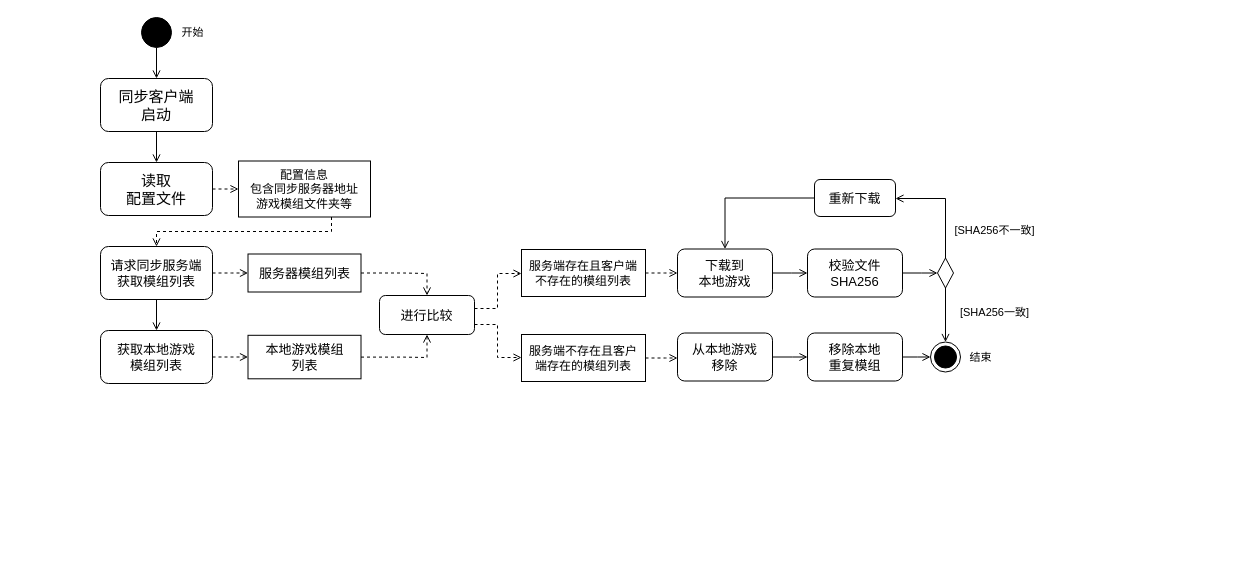
The draw.io diagram page "同步流程活动图" (1 of 2) of docs/diagram/同步运行活动图.dio in swsk33/mc-server-sync, before the edit. Source tidied: cells renumbered, new cells numbered last; positions are measured from the earlier drawing's top-left corner, leaving out a move shared by most shapes. Both pictures are drawn from the tidied source at 100%, with x=0, y=0 at pixel (100, 17).
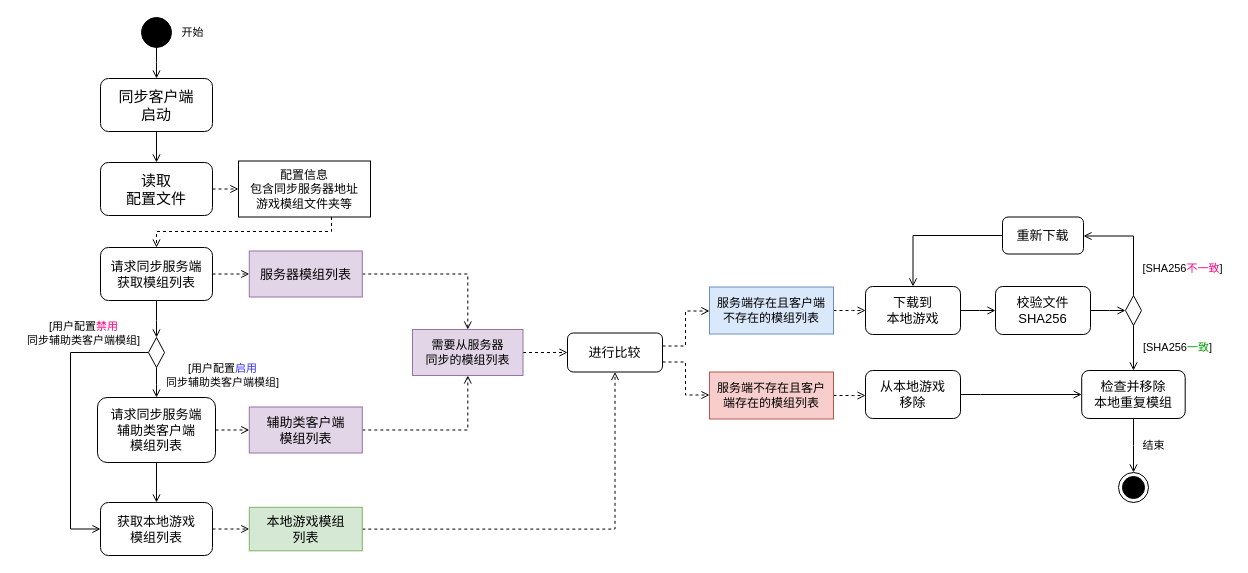
The same diagram, later.

Unchanged cells that the change refers to:
```xml
<mxCell id="3" style="ellipse;fillColor=strokeColor;html=1;" parent="1" vertex="1">
  <mxGeometry x="41" width="30" height="30" as="geometry" />
</mxCell>
<mxCell id="5" value="同步客户端&lt;div&gt;启动&lt;/div&gt;" style="rounded=1;whiteSpace=wrap;html=1;fontSize=15;" parent="1" vertex="1">
  <mxGeometry y="61" width="112" height="53" as="geometry" />
</mxCell>
```

The edit, as a diff of the source:
```diff
@@
     <mxCell id="2" style="edgeStyle=orthogonalEdgeStyle;rounded=0;jettySize=auto;html=1;endArrow=open;endFill=0;" parent="1" edge="1" source="3" target="5">
-      <mxGeometry relative="1" as="geometry" />
+      <mxGeometry relative="1" as="geometry">
+        <Array as="points">
+          <mxPoint x="56" y="45" />
+          <mxPoint x="56" y="45" />
+        </Array>
+      </mxGeometry>
     </mxCell>
@@
-    <mxCell id="11" style="edgeStyle=orthogonalEdgeStyle;shape=connector;rounded=0;jettySize=auto;html=1;strokeColor=default;align=center;verticalAlign=middle;fontFamily=Helvetica;fontSize=11;fontColor=default;labelBackgroundColor=default;endArrow=open;endFill=0;" parent="1" edge="1" source="12" target="16">
-      <mxGeometry relative="1" as="geometry" />
-    </mxCell>
+    <mxCell id="44" style="edgeStyle=orthogonalEdgeStyle;shape=connector;rounded=0;jettySize=auto;html=1;strokeColor=default;align=center;verticalAlign=middle;fontFamily=Helvetica;fontSize=11;fontColor=default;labelBackgroundColor=default;endArrow=open;endFill=0;" parent="1" edge="1" source="12" target="48">
+      <mxGeometry relative="1" as="geometry">
+        <Array as="points">
+          <mxPoint x="56" y="303" />
+          <mxPoint x="56" y="303" />
+        </Array>
+      </mxGeometry>
+    </mxCell>
     <mxCell id="12" value="请求同步服务端&lt;div&gt;获取模组列表&lt;/div&gt;" style="rounded=1;whiteSpace=wrap;html=1;fontSize=13;" parent="1" vertex="1">
-      <mxGeometry y="229" width="112" height="53" as="geometry" />
+      <mxGeometry y="230" width="112" height="53" as="geometry" />
     </mxCell>
-    <mxCell id="13" style="edgeStyle=orthogonalEdgeStyle;shape=connector;rounded=0;jettySize=auto;html=1;strokeColor=default;align=center;verticalAlign=middle;fontFamily=Helvetica;fontSize=11;fontColor=default;labelBackgroundColor=default;endArrow=open;endFill=0;dashed=1;" parent="1" edge="1" source="14" target="21">
-      <mxGeometry relative="1" as="geometry">
-        <Array as="points">
-          <mxPoint x="303" y="256" />
-          <mxPoint x="372" y="256" />
-        </Array>
-      </mxGeometry>
-    </mxCell>
+    <mxCell id="45" style="edgeStyle=orthogonalEdgeStyle;shape=connector;rounded=0;jettySize=auto;html=1;strokeColor=default;align=center;verticalAlign=middle;fontFamily=Helvetica;fontSize=11;fontColor=default;labelBackgroundColor=default;endArrow=open;endFill=0;dashed=1;" parent="1" edge="1" source="14" target="57">
+      <mxGeometry relative="1" as="geometry" />
+    </mxCell>
-    <mxCell id="14" value="&lt;span&gt;服务器模组列表&lt;/span&gt;" style="rounded=0;whiteSpace=wrap;html=1;fontFamily=Helvetica;fontSize=13;fontColor=default;labelBackgroundColor=default;spacingLeft=5;spacingRight=5;" parent="1" vertex="1">
-      <mxGeometry x="147.5" y="236.5" width="113" height="38" as="geometry" />
+    <mxCell id="14" value="&lt;span&gt;服务器模组列表&lt;/span&gt;" style="rounded=0;whiteSpace=wrap;html=1;fontFamily=Helvetica;fontSize=13;labelBackgroundColor=none;spacingLeft=5;spacingRight=5;fillColor=#e1d5e7;strokeColor=#9673a6;" parent="1" vertex="1">
+      <mxGeometry x="148.8" y="233.5" width="113" height="46" as="geometry" />
     </mxCell>
     <mxCell id="15" style="edgeStyle=orthogonalEdgeStyle;shape=connector;rounded=0;jettySize=auto;html=1;strokeColor=default;align=center;verticalAlign=middle;fontFamily=Helvetica;fontSize=11;fontColor=default;labelBackgroundColor=default;endArrow=open;endFill=0;dashed=1;" parent="1" edge="1" source="16" target="18">
       <mxGeometry relative="1" as="geometry">
         <Array as="points">
-          <mxPoint x="130" y="340" />
-          <mxPoint x="130" y="340" />
+          <mxPoint x="131.2" y="512" />
+          <mxPoint x="131.2" y="512" />
         </Array>
       </mxGeometry>
     </mxCell>
     <mxCell id="16" value="获取本地游戏&lt;div&gt;模组列表&lt;/div&gt;" style="rounded=1;whiteSpace=wrap;html=1;fontSize=13;" parent="1" vertex="1">
-      <mxGeometry y="313" width="112" height="53" as="geometry" />
+      <mxGeometry y="485" width="112" height="53" as="geometry" />
     </mxCell>
     <mxCell id="17" style="edgeStyle=orthogonalEdgeStyle;shape=connector;rounded=0;jettySize=auto;html=1;strokeColor=default;align=center;verticalAlign=middle;fontFamily=Helvetica;fontSize=11;fontColor=default;labelBackgroundColor=default;endArrow=open;endFill=0;dashed=1;" parent="1" edge="1" source="18" target="21">
-      <mxGeometry relative="1" as="geometry">
-        <Array as="points">
-          <mxPoint x="303" y="340" />
-          <mxPoint x="372" y="340" />
-        </Array>
-      </mxGeometry>
+      <mxGeometry relative="1" as="geometry" />
     </mxCell>
-    <mxCell id="18" value="&lt;span&gt;本地游戏模组&lt;/span&gt;&lt;div&gt;&lt;span&gt;列表&lt;/span&gt;&lt;/div&gt;" style="rounded=0;whiteSpace=wrap;html=1;fontFamily=Helvetica;fontSize=13;fontColor=default;labelBackgroundColor=default;spacingLeft=5;spacingRight=5;" parent="1" vertex="1">
-      <mxGeometry x="147.5" y="317.8" width="113" height="43.5" as="geometry" />
+    <mxCell id="18" value="&lt;span&gt;本地游戏模组&lt;/span&gt;&lt;div&gt;&lt;span&gt;列表&lt;/span&gt;&lt;/div&gt;" style="rounded=0;whiteSpace=wrap;html=1;fontFamily=Helvetica;fontSize=13;labelBackgroundColor=none;spacingLeft=5;spacingRight=5;fillColor=#d5e8d4;strokeColor=#82b366;" parent="1" vertex="1">
+      <mxGeometry x="148.8" y="489.8" width="113" height="43.5" as="geometry" />
     </mxCell>
     <mxCell id="19" style="edgeStyle=orthogonalEdgeStyle;shape=connector;rounded=0;jettySize=auto;html=1;strokeColor=default;align=center;verticalAlign=middle;fontFamily=Helvetica;fontSize=11;fontColor=default;labelBackgroundColor=default;endArrow=open;endFill=0;dashed=1;" parent="1" edge="1" source="21" target="23">
       <mxGeometry relative="1" as="geometry">
         <Array as="points">
-          <mxPoint x="397" y="291" />
-          <mxPoint x="397" y="256" />
+          <mxPoint x="585" y="328.5" />
+          <mxPoint x="585" y="293.5" />
         </Array>
       </mxGeometry>
     </mxCell>
     <mxCell id="20" style="edgeStyle=orthogonalEdgeStyle;shape=connector;rounded=0;jettySize=auto;html=1;strokeColor=default;align=center;verticalAlign=middle;fontFamily=Helvetica;fontSize=11;fontColor=default;labelBackgroundColor=default;endArrow=open;endFill=0;dashed=1;" parent="1" edge="1" source="21" target="25">
       <mxGeometry relative="1" as="geometry">
         <Array as="points">
-          <mxPoint x="397" y="307" />
-          <mxPoint x="397" y="340" />
+          <mxPoint x="585" y="344.5" />
+          <mxPoint x="585" y="377.5" />
         </Array>
       </mxGeometry>
     </mxCell>
     <mxCell id="21" value="进行比较" style="rounded=1;whiteSpace=wrap;html=1;fontSize=13;" parent="1" vertex="1">
-      <mxGeometry x="279" y="278" width="95" height="39" as="geometry" />
+      <mxGeometry x="467" y="315.5" width="95" height="39" as="geometry" />
     </mxCell>
     <mxCell id="22" style="edgeStyle=orthogonalEdgeStyle;shape=connector;rounded=0;jettySize=auto;html=1;strokeColor=default;align=center;verticalAlign=middle;fontFamily=Helvetica;fontSize=11;fontColor=default;labelBackgroundColor=default;endArrow=open;endFill=0;dashed=1;" parent="1" edge="1" source="23" target="27">
       <mxGeometry relative="1" as="geometry">
         <Array as="points">
-          <mxPoint x="564" y="256" />
-          <mxPoint x="564" y="256" />
+          <mxPoint x="752" y="293.5" />
+          <mxPoint x="752" y="293.5" />
         </Array>
       </mxGeometry>
     </mxCell>
-    <mxCell id="23" value="&lt;span style=&quot;font-size: 12px;&quot;&gt;服务端存在且客户端不存在的模组列表&lt;/span&gt;" style="rounded=0;whiteSpace=wrap;html=1;fontFamily=Helvetica;fontSize=11;fontColor=default;labelBackgroundColor=default;spacingLeft=5;spacingRight=5;" parent="1" vertex="1">
-      <mxGeometry x="421" y="232" width="124" height="47" as="geometry" />
+    <mxCell id="23" value="&lt;span style=&quot;font-size: 12px;&quot;&gt;服务端存在且客户端不存在的模组列表&lt;/span&gt;" style="rounded=0;whiteSpace=wrap;html=1;fontFamily=Helvetica;fontSize=11;labelBackgroundColor=none;spacingLeft=5;spacingRight=5;fillColor=#dae8fc;strokeColor=#6c8ebf;" parent="1" vertex="1">
+      <mxGeometry x="609" y="269.5" width="124" height="47" as="geometry" />
     </mxCell>
     <mxCell id="24" style="edgeStyle=orthogonalEdgeStyle;shape=connector;rounded=0;jettySize=auto;html=1;strokeColor=default;align=center;verticalAlign=middle;fontFamily=Helvetica;fontSize=11;fontColor=default;labelBackgroundColor=default;endArrow=open;endFill=0;dashed=1;" parent="1" edge="1" source="25" target="29">
       <mxGeometry relative="1" as="geometry">
         <Array as="points">
-          <mxPoint x="565" y="341" />
-          <mxPoint x="565" y="341" />
+          <mxPoint x="753" y="378.5" />
+          <mxPoint x="753" y="378.5" />
         </Array>
       </mxGeometry>
     </mxCell>
-    <mxCell id="25" value="&lt;span style=&quot;font-size: 12px;&quot;&gt;服务端不存在且客户端存在的模组列表&lt;/span&gt;" style="rounded=0;whiteSpace=wrap;html=1;fontFamily=Helvetica;fontSize=11;fontColor=default;labelBackgroundColor=default;spacingLeft=5;spacingRight=5;" parent="1" vertex="1">
-      <mxGeometry x="421" y="317" width="124" height="47" as="geometry" />
+    <mxCell id="25" value="&lt;span style=&quot;font-size: 12px;&quot;&gt;服务端不存在且客户端存在的模组列表&lt;/span&gt;" style="rounded=0;whiteSpace=wrap;html=1;fontFamily=Helvetica;fontSize=11;labelBackgroundColor=none;spacingLeft=5;spacingRight=5;fillColor=#f8cecc;strokeColor=#b85450;" parent="1" vertex="1">
+      <mxGeometry x="609" y="354.5" width="124" height="47" as="geometry" />
     </mxCell>
     <mxCell id="26" style="edgeStyle=orthogonalEdgeStyle;shape=connector;rounded=0;jettySize=auto;html=1;strokeColor=default;align=center;verticalAlign=middle;fontFamily=Helvetica;fontSize=11;fontColor=default;labelBackgroundColor=default;endArrow=open;endFill=0;" parent="1" edge="1" source="27" target="37">
       <mxGeometry relative="1" as="geometry">
         <Array as="points">
-          <mxPoint x="691" y="256" />
-          <mxPoint x="691" y="256" />
+          <mxPoint x="879" y="293.5" />
+          <mxPoint x="879" y="293.5" />
         </Array>
       </mxGeometry>
     </mxCell>
     <mxCell id="27" value="下载到&lt;div&gt;本地游戏&lt;/div&gt;" style="rounded=1;whiteSpace=wrap;html=1;fontSize=13;" parent="1" vertex="1">
-      <mxGeometry x="577" y="231.5" width="95" height="48" as="geometry" />
+      <mxGeometry x="765" y="269" width="95" height="48" as="geometry" />
     </mxCell>
     <mxCell id="28" style="edgeStyle=orthogonalEdgeStyle;shape=connector;rounded=0;jettySize=auto;html=1;strokeColor=default;align=center;verticalAlign=middle;fontFamily=Helvetica;fontSize=11;fontColor=default;labelBackgroundColor=default;endArrow=open;endFill=0;" parent="1" edge="1" source="29" target="43">
       <mxGeometry relative="1" as="geometry">
         <Array as="points">
-          <mxPoint x="692" y="340" />
-          <mxPoint x="692" y="340" />
+          <mxPoint x="880" y="377.5" />
+          <mxPoint x="880" y="377.5" />
         </Array>
       </mxGeometry>
     </mxCell>
     <mxCell id="29" value="&lt;div&gt;从本地游戏&lt;/div&gt;&lt;div&gt;移除&lt;/div&gt;" style="rounded=1;whiteSpace=wrap;html=1;fontSize=13;" parent="1" vertex="1">
-      <mxGeometry x="577" y="315.5" width="95" height="48" as="geometry" />
+      <mxGeometry x="765" y="353" width="95" height="48" as="geometry" />
     </mxCell>
     <mxCell id="30" style="ellipse;html=1;shape=endState;fillColor=strokeColor;fontFamily=Helvetica;fontSize=11;fontColor=default;labelBackgroundColor=default;" parent="1" vertex="1">
-      <mxGeometry x="830" y="324.5" width="30" height="30" as="geometry" />
+      <mxGeometry x="1018" y="455" width="30" height="30" as="geometry" />
     </mxCell>
     <mxCell id="31" value="结束" style="text;html=1;align=center;verticalAlign=middle;strokeColor=none;fillColor=none;fontFamily=Helvetica;fontSize=11;fontColor=default;labelBackgroundColor=default;" parent="1" vertex="1">
-      <mxGeometry x="860" y="327" width="40" height="25" as="geometry" />
+      <mxGeometry x="1033" y="415" width="40" height="25" as="geometry" />
     </mxCell>
@@
-    <mxCell id="33" style="edgeStyle=orthogonalEdgeStyle;shape=connector;rounded=0;jettySize=auto;html=1;entryX=0.5;entryY=0;entryDx=0;entryDy=0;strokeColor=default;align=center;verticalAlign=middle;fontFamily=Helvetica;fontSize=11;fontColor=default;labelBackgroundColor=default;endArrow=open;endFill=0;" parent="1" edge="1" source="35" target="30">
-      <mxGeometry relative="1" as="geometry" />
+    <mxCell id="33" style="edgeStyle=orthogonalEdgeStyle;shape=connector;rounded=0;jettySize=auto;html=1;strokeColor=default;align=center;verticalAlign=middle;fontFamily=Helvetica;fontSize=11;fontColor=default;labelBackgroundColor=default;endArrow=open;endFill=0;" parent="1" edge="1" source="35" target="43">
+      <mxGeometry relative="1" as="geometry">
+        <Array as="points">
+          <mxPoint x="1033" y="358" />
+          <mxPoint x="1033" y="358" />
+        </Array>
+      </mxGeometry>
     </mxCell>
     <mxCell id="34" style="edgeStyle=orthogonalEdgeStyle;shape=connector;rounded=0;jettySize=auto;html=1;strokeColor=default;align=center;verticalAlign=middle;fontFamily=Helvetica;fontSize=11;fontColor=default;labelBackgroundColor=default;endArrow=open;endFill=0;" parent="1" edge="1" source="35" target="40">
       <mxGeometry relative="1" as="geometry">
         <Array as="points">
-          <mxPoint x="845" y="181" />
+          <mxPoint x="1033" y="218.5" />
         </Array>
       </mxGeometry>
     </mxCell>
     <mxCell id="35" style="rhombus;fontFamily=Helvetica;fontSize=11;fontColor=default;labelBackgroundColor=default;" parent="1" vertex="1">
-      <mxGeometry x="837" y="240.5" width="16" height="30" as="geometry" />
+      <mxGeometry x="1025" y="278" width="16" height="30" as="geometry" />
     </mxCell>
     <mxCell id="36" style="edgeStyle=orthogonalEdgeStyle;shape=connector;rounded=0;jettySize=auto;html=1;strokeColor=default;align=center;verticalAlign=middle;fontFamily=Helvetica;fontSize=11;fontColor=default;labelBackgroundColor=default;endArrow=open;endFill=0;" parent="1" edge="1" source="37" target="35">
       <mxGeometry relative="1" as="geometry">
         <Array as="points">
-          <mxPoint x="821" y="256" />
-          <mxPoint x="821" y="256" />
+          <mxPoint x="1009" y="293.5" />
+          <mxPoint x="1009" y="293.5" />
         </Array>
       </mxGeometry>
     </mxCell>
     <mxCell id="37" value="校验文件&lt;div&gt;SHA256&lt;/div&gt;" style="rounded=1;whiteSpace=wrap;html=1;fontSize=13;" parent="1" vertex="1">
-      <mxGeometry x="707" y="231.5" width="95" height="48" as="geometry" />
+      <mxGeometry x="895" y="269" width="95" height="48" as="geometry" />
     </mxCell>
-    <mxCell id="38" value="[SHA256一致]" style="text;html=1;align=center;verticalAlign=middle;strokeColor=none;fillColor=none;fontFamily=Helvetica;fontSize=11;fontColor=default;labelBackgroundColor=default;" parent="1" vertex="1">
-      <mxGeometry x="850.5" y="282" width="87" height="25" as="geometry" />
+    <mxCell id="38" value="[SHA256&lt;font style=&quot;color: rgb(0, 153, 0);&quot;&gt;一致&lt;/font&gt;]" style="text;html=1;align=center;verticalAlign=middle;strokeColor=none;fillColor=none;fontFamily=Helvetica;fontSize=11;fontColor=default;labelBackgroundColor=default;" parent="1" vertex="1">
+      <mxGeometry x="1033" y="317" width="87" height="25" as="geometry" />
     </mxCell>
@@
     <mxCell id="40" value="重新下载" style="rounded=1;whiteSpace=wrap;html=1;fontSize=13;" parent="1" vertex="1">
-      <mxGeometry x="714" y="162" width="81" height="37" as="geometry" />
+      <mxGeometry x="902" y="199.5" width="81" height="37" as="geometry" />
     </mxCell>
-    <mxCell id="41" value="[SHA256不一致]" style="text;html=1;align=center;verticalAlign=middle;strokeColor=none;fillColor=none;fontFamily=Helvetica;fontSize=11;fontColor=default;labelBackgroundColor=default;" parent="1" vertex="1">
-      <mxGeometry x="845" y="200.5" width="98" height="25" as="geometry" />
+    <mxCell id="41" value="[SHA256&lt;font style=&quot;color: rgb(255, 0, 128);&quot;&gt;不一致&lt;/font&gt;]" style="text;html=1;align=center;verticalAlign=middle;strokeColor=none;fillColor=none;fontFamily=Helvetica;fontSize=11;fontColor=default;labelBackgroundColor=default;" parent="1" vertex="1">
+      <mxGeometry x="1033" y="238" width="98" height="25" as="geometry" />
     </mxCell>
-    <mxCell id="42" style="edgeStyle=orthogonalEdgeStyle;shape=connector;rounded=0;jettySize=auto;html=1;entryX=0;entryY=0.5;entryDx=0;entryDy=0;strokeColor=default;align=center;verticalAlign=middle;fontFamily=Helvetica;fontSize=11;fontColor=default;labelBackgroundColor=default;endArrow=open;endFill=0;" parent="1" edge="1" source="43" target="30">
+    <mxCell id="42" style="edgeStyle=orthogonalEdgeStyle;shape=connector;rounded=0;jettySize=auto;html=1;strokeColor=default;align=center;verticalAlign=middle;fontFamily=Helvetica;fontSize=11;fontColor=default;labelBackgroundColor=default;endArrow=open;endFill=0;" parent="1" edge="1" source="43" target="30">
       <mxGeometry relative="1" as="geometry">
         <Array as="points">
-          <mxPoint x="817" y="340" />
-          <mxPoint x="817" y="340" />
+          <mxPoint x="1033" y="428" />
+          <mxPoint x="1033" y="428" />
         </Array>
       </mxGeometry>
     </mxCell>
-    <mxCell id="43" value="&lt;div&gt;&lt;/div&gt;&lt;div&gt;移除本地&lt;/div&gt;&lt;div&gt;重复模组&lt;/div&gt;" style="rounded=1;whiteSpace=wrap;html=1;fontSize=13;" parent="1" vertex="1">
-      <mxGeometry x="707" y="315.5" width="95" height="48" as="geometry" />
+    <mxCell id="43" value="&lt;div&gt;&lt;/div&gt;&lt;div&gt;检查并移除&lt;/div&gt;&lt;div&gt;本地&lt;span style=&quot;background-color: transparent; color: light-dark(rgb(0, 0, 0), rgb(255, 255, 255));&quot;&gt;重复模组&lt;/span&gt;&lt;/div&gt;" style="rounded=1;whiteSpace=wrap;html=1;fontSize=13;" parent="1" vertex="1">
+      <mxGeometry x="981.2" y="353" width="103.5" height="48" as="geometry" />
     </mxCell>
+    <mxCell id="46" style="edgeStyle=orthogonalEdgeStyle;shape=connector;rounded=0;jettySize=auto;html=1;strokeColor=default;align=center;verticalAlign=middle;fontFamily=Helvetica;fontSize=11;fontColor=default;labelBackgroundColor=default;endArrow=open;endFill=0;" parent="1" edge="1" source="48" target="51">
+      <mxGeometry relative="1" as="geometry">
+        <Array as="points">
+          <mxPoint x="56" y="367" />
+          <mxPoint x="56" y="367" />
+        </Array>
+      </mxGeometry>
+    </mxCell>
+    <mxCell id="47" style="edgeStyle=orthogonalEdgeStyle;shape=connector;rounded=0;jettySize=auto;html=1;strokeColor=default;align=center;verticalAlign=middle;fontFamily=Helvetica;fontSize=11;fontColor=default;labelBackgroundColor=default;endArrow=open;endFill=0;" parent="1" edge="1" source="48" target="16">
+      <mxGeometry relative="1" as="geometry">
+        <Array as="points">
+          <mxPoint x="-30" y="335" />
+          <mxPoint x="-30" y="511.5" />
+        </Array>
+      </mxGeometry>
+    </mxCell>
+    <mxCell id="48" style="rhombus;fontFamily=Helvetica;fontSize=11;fontColor=default;labelBackgroundColor=default;" parent="1" vertex="1">
+      <mxGeometry x="48" y="320" width="16" height="30" as="geometry" />
+    </mxCell>
+    <mxCell id="49" style="edgeStyle=orthogonalEdgeStyle;shape=connector;rounded=0;jettySize=auto;html=1;strokeColor=default;align=center;verticalAlign=middle;fontFamily=Helvetica;fontSize=11;fontColor=default;labelBackgroundColor=default;endArrow=open;endFill=0;dashed=1;" parent="1" edge="1" source="51" target="54">
+      <mxGeometry relative="1" as="geometry">
+        <Array as="points">
+          <mxPoint x="133" y="412" />
+          <mxPoint x="133" y="412" />
+        </Array>
+      </mxGeometry>
+    </mxCell>
+    <mxCell id="50" style="edgeStyle=orthogonalEdgeStyle;shape=connector;rounded=0;jettySize=auto;html=1;strokeColor=default;align=center;verticalAlign=middle;fontFamily=Helvetica;fontSize=11;fontColor=default;labelBackgroundColor=default;endArrow=open;endFill=0;" parent="1" edge="1" source="51" target="16">
+      <mxGeometry relative="1" as="geometry" />
+    </mxCell>
+    <mxCell id="51" value="请求同步服务端&lt;div&gt;辅助类客户端&lt;/div&gt;&lt;div&gt;模组列表&lt;/div&gt;" style="rounded=1;whiteSpace=wrap;html=1;fontSize=13;" parent="1" vertex="1">
+      <mxGeometry x="-3" y="380" width="118" height="65" as="geometry" />
+    </mxCell>
+    <mxCell id="52" value="[用户配置&lt;font style=&quot;color: rgb(51, 51, 255);&quot;&gt;启用&lt;/font&gt;&lt;div&gt;同步辅助类客户端模组]&lt;/div&gt;" style="text;html=1;align=center;verticalAlign=middle;strokeColor=none;fillColor=none;fontFamily=Helvetica;fontSize=11;fontColor=default;labelBackgroundColor=none;" parent="1" vertex="1">
+      <mxGeometry x="56" y="339" width="131" height="38" as="geometry" />
+    </mxCell>
+    <mxCell id="53" style="edgeStyle=orthogonalEdgeStyle;shape=connector;rounded=0;jettySize=auto;html=1;strokeColor=default;align=center;verticalAlign=middle;fontFamily=Helvetica;fontSize=11;fontColor=default;labelBackgroundColor=default;endArrow=open;endFill=0;dashed=1;" parent="1" edge="1" source="54" target="57">
+      <mxGeometry relative="1" as="geometry" />
+    </mxCell>
+    <mxCell id="54" value="&lt;span&gt;辅助类客户端&lt;/span&gt;&lt;div&gt;&lt;span&gt;模组列表&lt;/span&gt;&lt;/div&gt;" style="rounded=0;whiteSpace=wrap;html=1;fontFamily=Helvetica;fontSize=13;labelBackgroundColor=none;spacingLeft=5;spacingRight=5;fillColor=#e1d5e7;strokeColor=#9673a6;" parent="1" vertex="1">
+      <mxGeometry x="148.8" y="389.5" width="113" height="46" as="geometry" />
+    </mxCell>
+    <mxCell id="55" value="[用户配置&lt;font style=&quot;color: rgb(255, 0, 128);&quot;&gt;禁用&lt;/font&gt;&lt;div&gt;同步辅助类客户端模组]&lt;/div&gt;" style="text;html=1;align=center;verticalAlign=middle;strokeColor=none;fillColor=none;fontFamily=Helvetica;fontSize=11;fontColor=default;labelBackgroundColor=none;" parent="1" vertex="1">
+      <mxGeometry x="-83" y="297" width="131" height="38" as="geometry" />
+    </mxCell>
+    <mxCell id="56" style="edgeStyle=orthogonalEdgeStyle;shape=connector;rounded=0;jettySize=auto;html=1;strokeColor=default;align=center;verticalAlign=middle;fontFamily=Helvetica;fontSize=11;fontColor=default;labelBackgroundColor=default;endArrow=open;endFill=0;dashed=1;" parent="1" edge="1" source="57" target="21">
+      <mxGeometry relative="1" as="geometry" />
+    </mxCell>
+    <mxCell id="57" value="&lt;span&gt;需要从服务器&lt;/span&gt;&lt;div&gt;&lt;span&gt;同步的模组列表&lt;/span&gt;&lt;/div&gt;" style="rounded=0;whiteSpace=wrap;html=1;fontFamily=Helvetica;fontSize=12;labelBackgroundColor=none;spacingLeft=5;spacingRight=5;fillColor=#e1d5e7;strokeColor=#9673a6;" parent="1" vertex="1">
+      <mxGeometry x="312" y="312" width="110.5" height="46" as="geometry" />
+    </mxCell>
```
